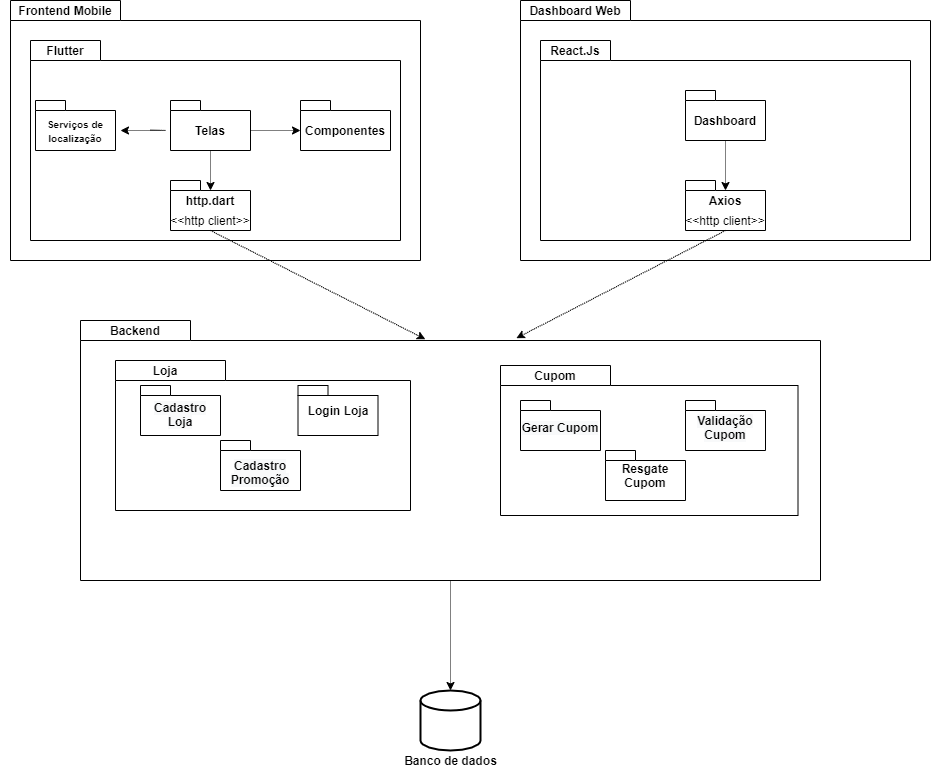
The draw.io diagram docs/DiagramaPacotesDetalhado.png in UnBArqDsw/2020.1_G8_CUPOMZIN, before a commit. Source tidied: cells renumbered, new cells last; positions are measured from the earlier drawing's top-left corner, leaving out a move shared by most shapes.
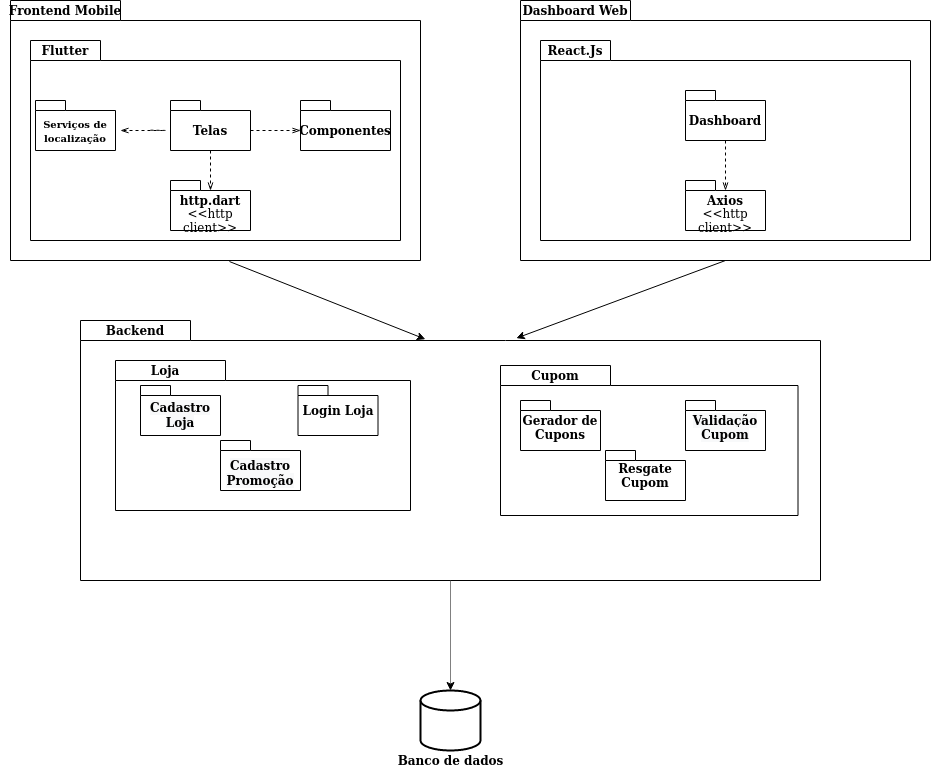
Above is the later version.

What changed in the source:
```diff
@@ -17,7 +17,7 @@
     <mxCell id="6" style="shape=folder;fontStyle=1;spacingTop=10;tabWidth=30;tabHeight=10;tabPosition=left;html=1;" parent="1" vertex="1">
       <mxGeometry x="170" y="100" width="80" height="50" as="geometry" />
     </mxCell>
-    <mxCell id="7" style="edgeStyle=orthogonalEdgeStyle;rounded=0;jettySize=auto;html=1;dashed=1;dashPattern=1 1;" parent="1" edge="1" source="8" target="10">
+    <mxCell id="7" style="edgeStyle=orthogonalEdgeStyle;rounded=0;jettySize=auto;html=1;dashed=1;endArrow=openThin;endFill=0;" parent="1" edge="1" source="8" target="10">
       <mxGeometry relative="1" as="geometry" />
     </mxCell>
     <mxCell id="8" value="&lt;b&gt;Telas&lt;/b&gt;" style="text;html=1;strokeColor=none;fillColor=none;align=center;verticalAlign=middle;whiteSpace=wrap;rounded=0;" parent="1" vertex="1">
@@ -35,15 +35,15 @@
     <mxCell id="12" value="&lt;b style=&quot;font-size: 10px&quot;&gt;Serviços de localização&lt;br&gt;&lt;/b&gt;" style="text;html=1;strokeColor=none;fillColor=none;align=center;verticalAlign=middle;whiteSpace=wrap;rounded=0;" parent="1" vertex="1">
       <mxGeometry x="40" y="120" width="70" height="20" as="geometry" />
     </mxCell>
-    <mxCell id="13" style="endArrow=classic;html=1;dashed=1;dashPattern=1 1;" parent="1" edge="1">
-      <mxGeometry relative="1" as="geometry">
-        <mxPoint x="150" y="129.7" as="sourcePoint" />
-        <mxPoint x="120" y="130" as="targetPoint" />
-        <Array as="points">
-          <mxPoint x="170" y="130" />
-        </Array>
-      </mxGeometry>
-    </mxCell>
+    <mxCell id="52" style="endArrow=openThin;html=1;dashed=1;endFill=0;" parent="1" edge="1">
+      <mxGeometry relative="1" as="geometry">
+        <mxPoint x="150" y="129.7" as="sourcePoint" />
+        <mxPoint x="120" y="130" as="targetPoint" />
+        <Array as="points">
+          <mxPoint x="170" y="130" />
+        </Array>
+      </mxGeometry>
+    </mxCell>
     <mxCell id="14" style="shape=folder;fontStyle=1;spacingTop=10;tabWidth=110;tabHeight=20;tabPosition=left;html=1;" parent="1" vertex="1">
       <mxGeometry x="520" width="410" height="260" as="geometry" />
     </mxCell>
@@ -71,7 +71,7 @@
     <mxCell id="22" value="&amp;lt;&amp;lt;http client&amp;gt;&amp;gt;" style="text;html=1;strokeColor=none;fillColor=none;align=center;verticalAlign=middle;whiteSpace=wrap;rounded=0;" parent="1" vertex="1">
       <mxGeometry x="165" y="210" width="90" height="20" as="geometry" />
     </mxCell>
-    <mxCell id="23" style="endArrow=classic;html=1;dashed=1;dashPattern=1 1;exitX=0.5;exitY=1;exitDx=0;exitDy=0;exitPerimeter=0;entryX=0.5;entryY=0;entryDx=0;entryDy=0;" parent="1" edge="1" source="6" target="21">
+    <mxCell id="23" style="endArrow=openThin;html=1;dashed=1;exitX=0.5;exitY=1;exitDx=0;exitDy=0;exitPerimeter=0;entryX=0.5;entryY=0;entryDx=0;entryDy=0;endFill=0;" parent="1" edge="1" source="6" target="21">
       <mxGeometry relative="1" as="geometry" />
     </mxCell>
     <mxCell id="24" style="shape=folder;fontStyle=1;spacingTop=10;tabWidth=30;tabHeight=10;tabPosition=left;html=1;" parent="1" vertex="1">
@@ -83,7 +83,7 @@
     <mxCell id="26" value="&amp;lt;&amp;lt;http client&amp;gt;&amp;gt;" style="text;html=1;strokeColor=none;fillColor=none;align=center;verticalAlign=middle;whiteSpace=wrap;rounded=0;" parent="1" vertex="1">
       <mxGeometry x="680" y="210" width="90" height="20" as="geometry" />
     </mxCell>
-    <mxCell id="27" style="endArrow=classic;html=1;dashed=1;dashPattern=1 1;entryX=0.5;entryY=0;entryDx=0;entryDy=0;exitX=0.5;exitY=1;exitDx=0;exitDy=0;exitPerimeter=0;" parent="1" edge="1" source="18" target="25">
+    <mxCell id="27" style="endArrow=openThin;html=1;dashed=1;entryX=0.5;entryY=0;entryDx=0;entryDy=0;exitX=0.5;exitY=1;exitDx=0;exitDy=0;exitPerimeter=0;endFill=0;" parent="1" edge="1" source="18" target="25">
       <mxGeometry relative="1" as="geometry" />
     </mxCell>
     <mxCell id="28" style="shape=folder;fontStyle=1;spacingTop=10;tabWidth=110;tabHeight=20;tabPosition=left;html=1;" parent="1" vertex="1">
@@ -122,9 +122,9 @@
     <mxCell id="39" style="shape=folder;fontStyle=1;spacingTop=10;tabWidth=30;tabHeight=10;tabPosition=left;html=1;" parent="1" vertex="1">
       <mxGeometry x="520" y="400" width="80" height="50" as="geometry" />
     </mxCell>
-    <mxCell id="40" value="&lt;br&gt;&lt;b style=&quot;color: rgb(0 , 0 , 0) ; font-family: &amp;#34;helvetica&amp;#34; ; font-size: 12px ; font-style: normal ; letter-spacing: normal ; text-align: center ; text-indent: 0px ; text-transform: none ; word-spacing: 0px ; background-color: rgb(248 , 249 , 250)&quot;&gt;Gerar Cupom&lt;/b&gt;" style="text;html=1;strokeColor=none;fillColor=none;align=center;verticalAlign=middle;whiteSpace=wrap;rounded=0;" parent="1" vertex="1">
-      <mxGeometry x="520" y="410" width="80" height="20" as="geometry" />
-    </mxCell>
+    <mxCell id="53" value="&lt;br&gt;&lt;b&gt;Gerador de Cupons&lt;/b&gt;" style="text;html=1;strokeColor=none;fillColor=none;align=center;verticalAlign=middle;whiteSpace=wrap;rounded=0;" parent="1" vertex="1">
+      <mxGeometry x="520" y="410" width="80" height="20" as="geometry" />
+    </mxCell>
     <mxCell id="41" style="shape=folder;fontStyle=1;spacingTop=10;tabWidth=30;tabHeight=10;tabPosition=left;html=1;" parent="1" vertex="1">
       <mxGeometry x="685" y="400" width="80" height="50" as="geometry" />
     </mxCell>
@@ -152,11 +152,11 @@
     <mxCell id="49" value="&lt;b&gt;Banco de dados&lt;/b&gt;" style="text;html=1;align=center;verticalAlign=middle;" parent="1" vertex="1">
       <mxGeometry x="395" y="750" width="110" height="20" as="geometry" />
     </mxCell>
-    <mxCell id="50" style="endArrow=classic;html=1;dashed=1;dashPattern=1 1;exitX=0.5;exitY=1;exitDx=0;exitDy=0;entryX=0.466;entryY=0.072;entryDx=0;entryDy=0;entryPerimeter=0;" parent="1" edge="1" source="22" target="28">
-      <mxGeometry relative="1" as="geometry" />
-    </mxCell>
-    <mxCell id="51" style="endArrow=classic;html=1;dashed=1;dashPattern=1 1;exitX=0.5;exitY=1;exitDx=0;exitDy=0;entryX=0.589;entryY=0.068;entryDx=0;entryDy=0;entryPerimeter=0;" parent="1" edge="1" source="26" target="28">
-      <mxGeometry relative="1" as="geometry" />
-    </mxCell>
+    <mxCell id="54" style="endArrow=classic;html=1;exitX=0.534;exitY=1.004;exitDx=0;exitDy=0;entryX=0.466;entryY=0.072;entryDx=0;entryDy=0;entryPerimeter=0;exitPerimeter=0;" parent="1" edge="1" source="2" target="28">
+      <mxGeometry relative="1" as="geometry" />
+    </mxCell>
+    <mxCell id="55" style="endArrow=classic;html=1;exitX=0.5;exitY=1;exitDx=0;exitDy=0;entryX=0.589;entryY=0.068;entryDx=0;entryDy=0;entryPerimeter=0;exitPerimeter=0;" parent="1" edge="1" source="14" target="28">
+      <mxGeometry relative="1" as="geometry" />
+    </mxCell>
   </root>
 </mxGraphModel>
```
